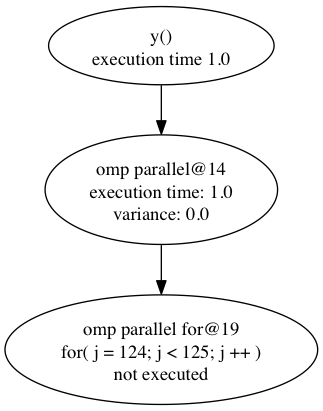
Above: graph_sched/graphs/y_flow.png in filippobrizzi/soma (Graphviz), before the change. Its source is kept beside it as graph_sched/graphs/y_flow.dot. Its diagram source:
```dot
digraph G {
	graph [bb="0,0,234,300"];
	node [label="\N"];
	8	 [height=0.8171,
		label="y()\nexecution time 1.0",
		pos="117,270",
		root=8,
		width=2.3433];
	14	 [height=1.1471,
		label="omp parallel@14\nexecution time: 1.0\nvariance: 0.0",
		pos="117,162",
		root=8,
		width=2.4231];
	8 -> 14	 [pos="e,117,203.65 117,240.31 117,232.12 117,222.93 117,213.83"];
	19	 [height=1.1471,
		label="omp parallel for@19\nfor( j = 124; j < 125; j ++ )\nnot executed",
		pos="117,42",
		root=8,
		width=3.257];
	14 -> 19	 [pos="e,117,83.684 117,120.39 117,111.86 117,102.76 117,93.912"];
}
```
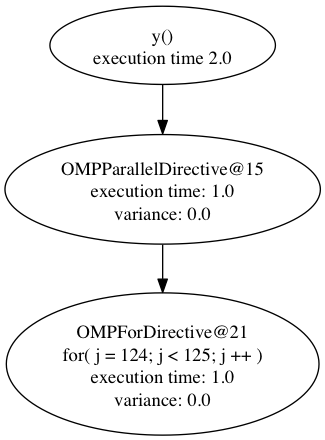
Later version of the same file.

What changed in the source:
```diff
@@ -1,21 +1,21 @@
 digraph G {
-	graph [bb="0,0,234,300"];
+	graph [bb="0,0,236,322"];
 	node [label="\N"];
-	8	 [height=0.8171,
-		label="y()\nexecution time 1.0",
-		pos="117,270",
-		root=8,
+	9	 [height=0.8171,
+		label="y()\nexecution time 2.0",
+		pos="118,292",
+		root=9,
 		width=2.3433];
-	14	 [height=1.1471,
-		label="omp parallel@14\nexecution time: 1.0\nvariance: 0.0",
-		pos="117,162",
-		root=8,
-		width=2.4231];
-	8 -> 14	 [pos="e,117,203.65 117,240.31 117,232.12 117,222.93 117,213.83"];
-	19	 [height=1.1471,
-		label="omp parallel for@19\nfor( j = 124; j < 125; j ++ )\nnot executed",
-		pos="117,42",
-		root=8,
+	15	 [height=1.1471,
+		label="OMPParallelDirective@15\nexecution time: 1.0\nvariance: 0.0",
+		pos="118,184",
+		root=9,
+		width=3.2896];
+	9 -> 15	 [pos="e,118,225.65 118,262.31 118,254.12 118,244.93 118,235.83"];
+	21	 [height=1.4771,
+		label="OMPForDirective@21\nfor( j = 124; j < 125; j ++ )\nexecution time: 1.0\nvariance: 0.0",
+		pos="118,53",
+		root=9,
 		width=3.257];
-	14 -> 19	 [pos="e,117,83.684 117,120.39 117,111.86 117,102.76 117,93.912"];
+	15 -> 21	 [pos="e,118,106.64 118,142.54 118,134.36 118,125.58 118,116.84"];
 }
```
